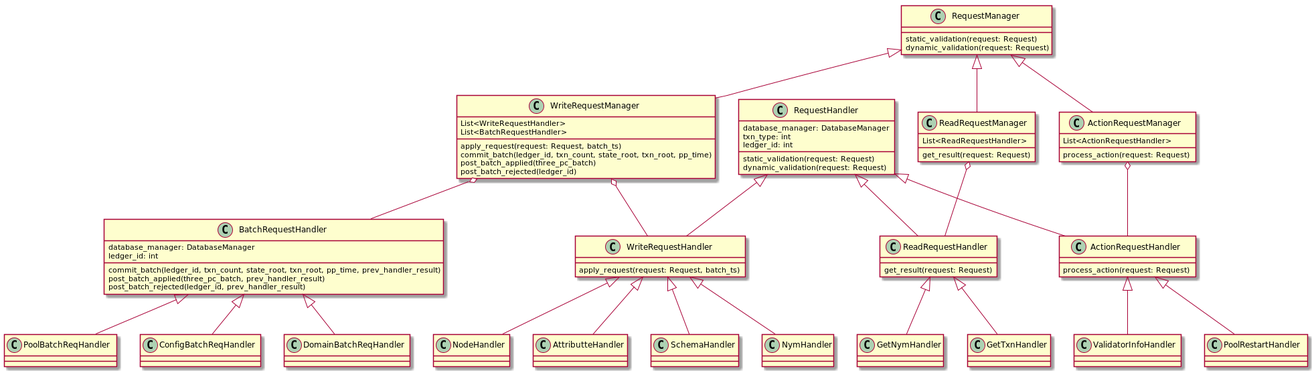
Above: design/request_management.png in hyperledger/indy-node (PlantUML), before the change.
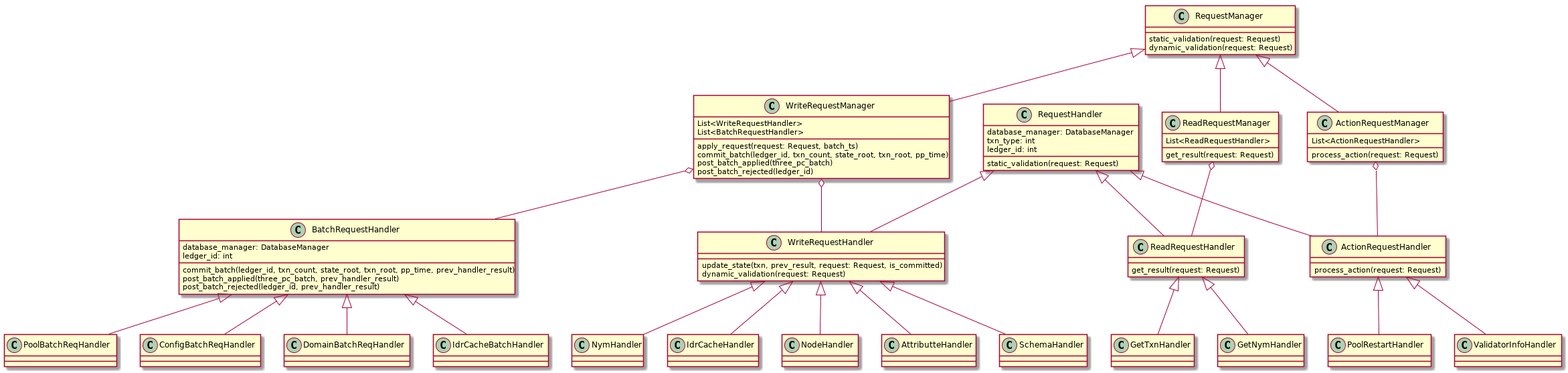
After the change.

What changed in the source:
```diff
@@ -25,7 +25,8 @@
 }
 
 class WriteRequestHandler{
-apply_request(request: Request, batch_ts)
+update_state(txn, prev_result, request: Request, is_committed)
+dynamic_validation(request: Request)
 }
 
 class BatchRequestHandler{
@@ -57,7 +58,6 @@
 txn_type: int
 ledger_id: int
 static_validation(request: Request)
-dynamic_validation(request: Request)
 }
 
 RequestHandler <|-- ActionRequestHandler
@@ -69,6 +69,7 @@
 RequestManager <|-- ActionRequestManager
 
 BatchRequestHandler <|-- DomainBatchReqHandler
+BatchRequestHandler <|-- IdrCacheBatchHandler
 BatchRequestHandler <|-- PoolBatchReqHandler
 BatchRequestHandler <|-- ConfigBatchReqHandler
 
@@ -80,6 +81,7 @@
 ActionRequestManager o-- ActionRequestHandler
 
 WriteRequestHandler<|-- NymHandler
+WriteRequestHandler<|-- IdrCacheHandler
 WriteRequestHandler<|-- NodeHandler
 WriteRequestHandler<|-- AttributteHandler
 WriteRequestHandler<|-- SchemaHandler
```
